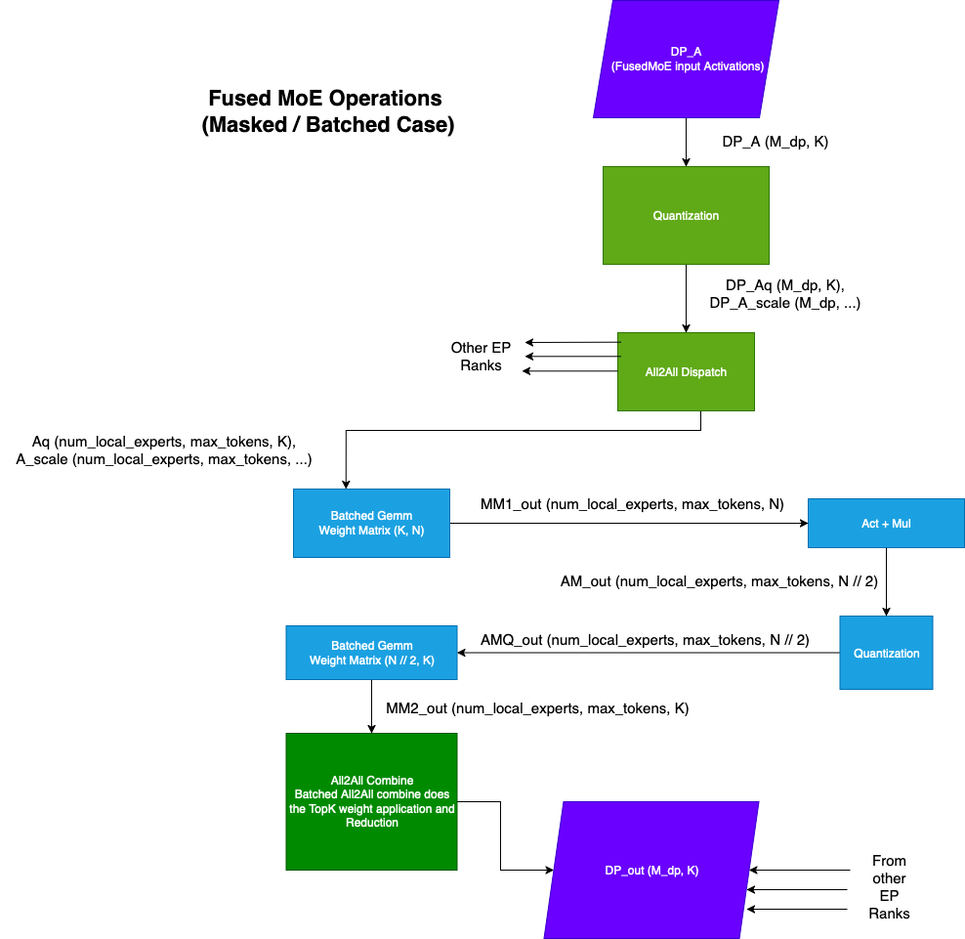
Above: docs/assets/design/fused_moe_modular_kernel/fused_moe_batched.png in vllm-project/vllm (draw.io), before the change. Source tidied: cells renumbered, new cells last; positions are measured from the earlier drawing's top-left corner, leaving out a move shared by most shapes.
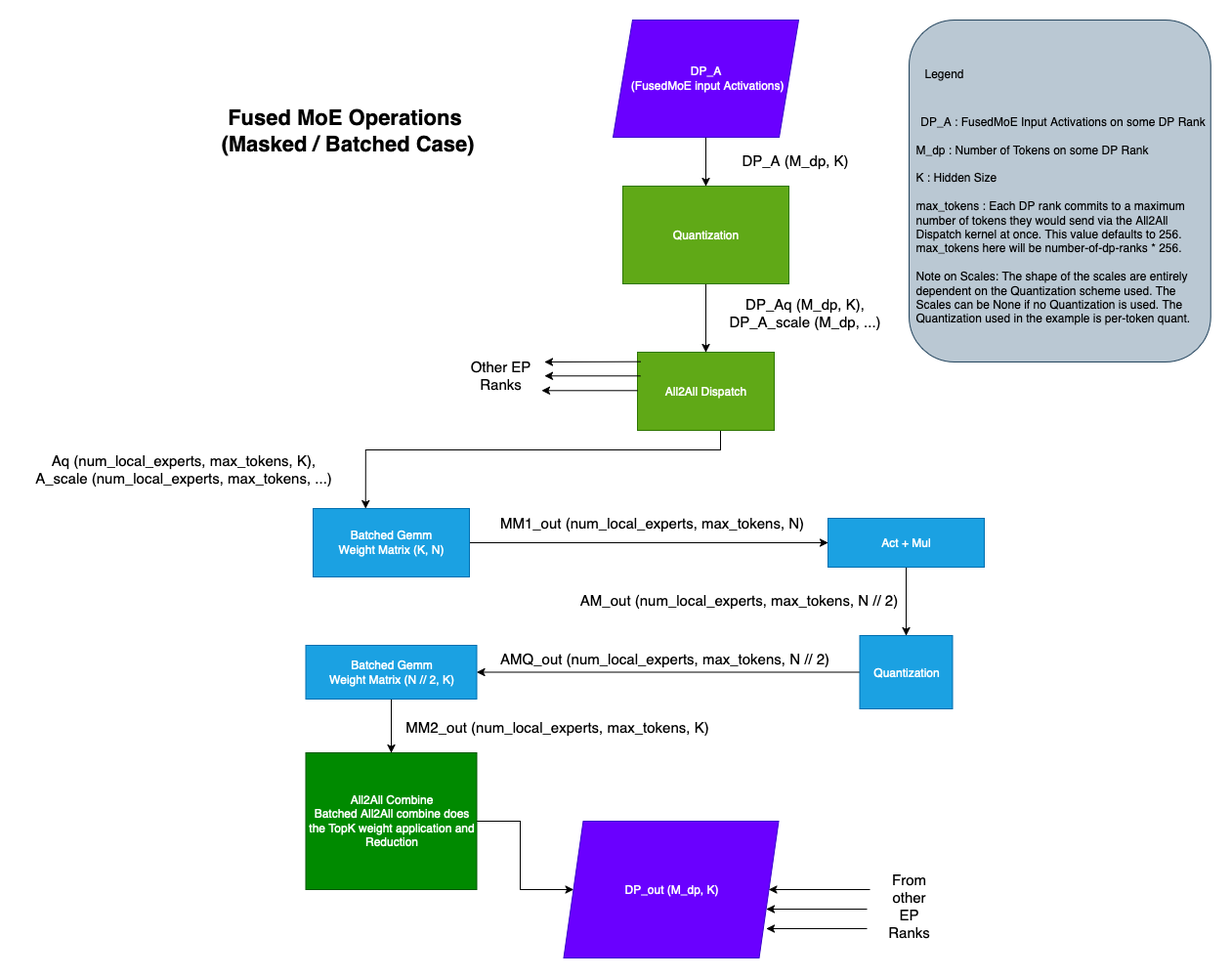
After the change.

What changed in the source:
```diff
@@ -123,5 +123,14 @@
     <mxCell id="34" value="&lt;div&gt;&lt;b&gt;&lt;font style=&quot;font-size: 22px;&quot;&gt;Fused MoE Operations&amp;nbsp;&lt;/font&gt;&lt;/b&gt;&lt;/div&gt;&lt;div&gt;&lt;b&gt;&lt;font style=&quot;font-size: 22px;&quot;&gt;(Masked / Batched Case)&lt;/font&gt;&lt;/b&gt;&lt;/div&gt;" style="text;html=1;align=center;verticalAlign=middle;strokeColor=none;fillColor=none;" parent="1" vertex="1">
       <mxGeometry x="195" y="80" width="280" height="70" as="geometry" />
     </mxCell>
+    <mxCell id="35" style="rounded=1;whiteSpace=wrap;html=1;fillColor=#bac8d3;strokeColor=#23445d;" parent="1" vertex="1">
+      <mxGeometry x="910" width="308.8" height="350" as="geometry" />
+    </mxCell>
+    <mxCell id="36" value="Legend" style="text;html=1;align=center;verticalAlign=middle;whiteSpace=wrap;rounded=0;" parent="1" vertex="1">
+      <mxGeometry x="916.2" y="40" width="60" height="30" as="geometry" />
+    </mxCell>
+    <mxCell id="37" value="&lt;div&gt;DP_A : FusedMoE Input Activations on some DP Rank &lt;/div&gt;&lt;div&gt;&lt;br&gt;&lt;/div&gt;&lt;div align=&quot;left&quot;&gt;M_dp : Number of Tokens on some DP Rank&lt;/div&gt;&lt;div align=&quot;left&quot;&gt;&lt;br&gt;&lt;/div&gt;&lt;div align=&quot;left&quot;&gt;K : Hidden Size&lt;/div&gt;&lt;div align=&quot;left&quot;&gt;&lt;br&gt;&lt;/div&gt;&lt;div align=&quot;left&quot;&gt;max_tokens : Each DP rank commits to a maximum number of tokens they would send via the All2All Dispatch kernel at once. This value defaults to 256. max_tokens here will be number-of-dp-ranks * 256.&lt;br&gt;&lt;/div&gt;&lt;div align=&quot;left&quot;&gt;&lt;br&gt;&lt;/div&gt;&lt;div align=&quot;left&quot;&gt;Note on Scales: The shape of the scales are entirely dependent on the Quantization scheme used. The Scales can be None if no Quantization is used. The Quantization used in the example is per-token quant.&lt;br&gt;&lt;/div&gt;" style="text;html=1;align=center;verticalAlign=middle;whiteSpace=wrap;rounded=0;" parent="1" vertex="1">
+      <mxGeometry x="916.2" y="60" width="302.5" height="290" as="geometry" />
+    </mxCell>
   </root>
 </mxGraphModel>
```
